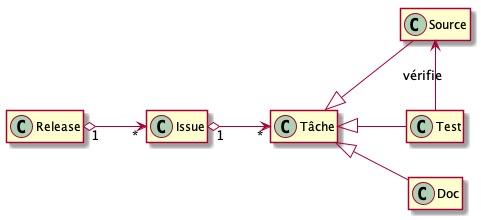
Earlier version of the PlantUML export artefacts.png (xblanc33/QualiteDev).
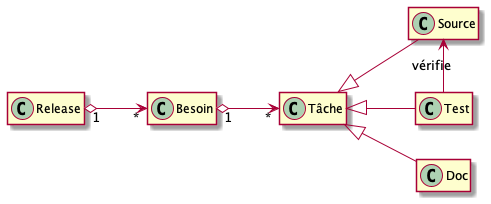
The same file after the commit.

Diff of the diagram source:
```diff
@@ -2,16 +2,16 @@
 hide empty members
 left to right direction
 
-class Issue
+class Besoin
 class "Tâche" as tache
 class Release
 class Doc
 class Test
 class Source
 
-Issue "1" o--> "*" tache
+Besoin "1" o--> "*" tache
 Test -left-> Source : vérifie
-Release "1" o--> "*" Issue
+Release "1" o--> "*" Besoin
 tache <|-- Doc
 tache <|-- Source
 tache <|-- Test
```
